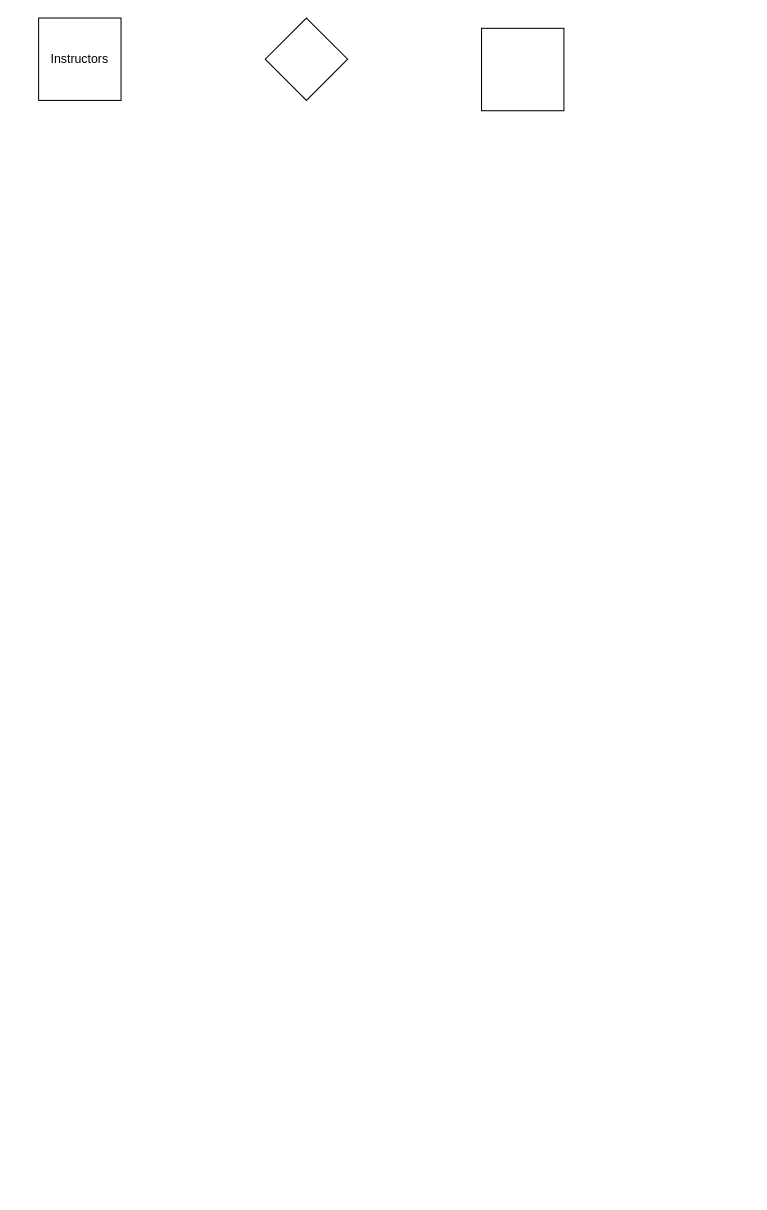
Before: ER.drawio in charisvt/edulink, a draw.io diagram. Source tidied: cells renumbered, new cells numbered last; positions are measured from the earlier drawing's top-left corner, leaving out a move shared by most shapes. Both pictures are drawn from the tidied source at 103%, with x=0, y=0 at pixel (38, 18).
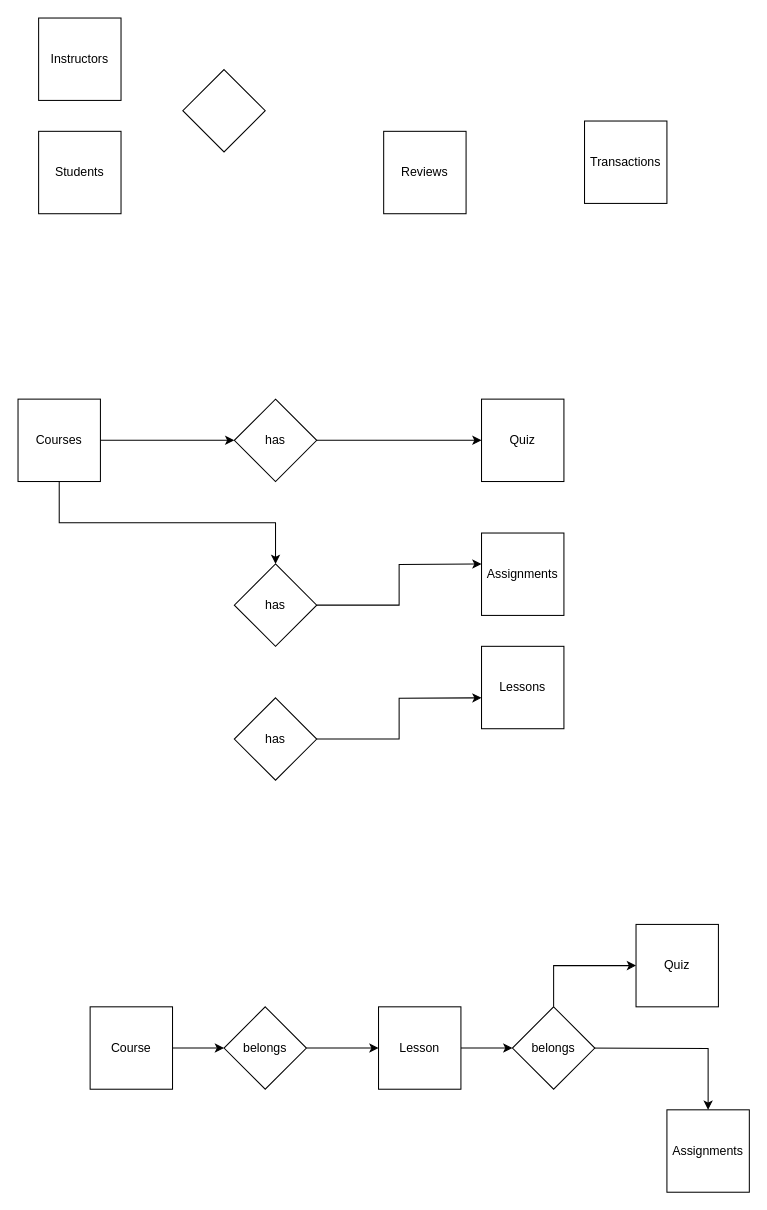
Above is the later version.

Diff of the diagram source:
```diff
@@
+    <mxCell id="5" style="edgeStyle=orthogonalEdgeStyle;rounded=0;jettySize=auto;html=1;" parent="1" edge="1" source="3">
+      <mxGeometry relative="1" as="geometry">
+        <mxPoint x="430" y="410" as="targetPoint" />
+      </mxGeometry>
+    </mxCell>
-    <mxCell id="3" style="rhombus;whiteSpace=wrap;html=1;" parent="1" vertex="1">
-      <mxGeometry x="220" width="80" height="80" as="geometry" />
+    <mxCell id="3" value="has" style="rhombus;whiteSpace=wrap;html=1;" parent="1" vertex="1">
+      <mxGeometry x="190" y="370" width="80" height="80" as="geometry" />
     </mxCell>
-    <mxCell id="4" style="whiteSpace=wrap;html=1;" parent="1" vertex="1">
-      <mxGeometry x="430" y="10" width="80" height="80" as="geometry" />
+    <mxCell id="4" value="Students&lt;br&gt;" style="whiteSpace=wrap;html=1;" parent="1" vertex="1">
+      <mxGeometry y="110" width="80" height="80" as="geometry" />
     </mxCell>
+    <mxCell id="6" value="Reviews" style="whiteSpace=wrap;html=1;" parent="1" vertex="1">
+      <mxGeometry x="335" y="110" width="80" height="80" as="geometry" />
+    </mxCell>
+    <mxCell id="7" value="Quiz" style="whiteSpace=wrap;html=1;" parent="1" vertex="1">
+      <mxGeometry x="430" y="370" width="80" height="80" as="geometry" />
+    </mxCell>
+    <mxCell id="8" value="Transactions" style="whiteSpace=wrap;html=1;" parent="1" vertex="1">
+      <mxGeometry x="530" y="100" width="80" height="80" as="geometry" />
+    </mxCell>
+    <mxCell id="9" value="Assignments" style="whiteSpace=wrap;html=1;" parent="1" vertex="1">
+      <mxGeometry x="430" y="500" width="80" height="80" as="geometry" />
+    </mxCell>
+    <mxCell id="10" value="Lessons" style="whiteSpace=wrap;html=1;" parent="1" vertex="1">
+      <mxGeometry x="430" y="610" width="80" height="80" as="geometry" />
+    </mxCell>
+    <mxCell id="11" style="edgeStyle=orthogonalEdgeStyle;rounded=0;jettySize=auto;html=1;" parent="1" edge="1" source="12" target="3">
+      <mxGeometry relative="1" as="geometry" />
+    </mxCell>
+    <mxCell id="12" value="Courses" style="whiteSpace=wrap;html=1;" parent="1" vertex="1">
+      <mxGeometry x="-20" y="370" width="80" height="80" as="geometry" />
+    </mxCell>
+    <mxCell id="13" style="rhombus;whiteSpace=wrap;html=1;" parent="1" vertex="1">
+      <mxGeometry x="140" y="50" width="80" height="80" as="geometry" />
+    </mxCell>
+    <mxCell id="14" style="edgeStyle=orthogonalEdgeStyle;rounded=0;jettySize=auto;html=1;" parent="1" edge="1" source="15">
+      <mxGeometry relative="1" as="geometry">
+        <mxPoint x="430" y="530" as="targetPoint" />
+      </mxGeometry>
+    </mxCell>
+    <mxCell id="15" value="has" style="rhombus;whiteSpace=wrap;html=1;" parent="1" vertex="1">
+      <mxGeometry x="190" y="530" width="80" height="80" as="geometry" />
+    </mxCell>
+    <mxCell id="16" style="edgeStyle=orthogonalEdgeStyle;rounded=0;jettySize=auto;html=1;exitX=0.5;exitY=1;exitDx=0;exitDy=0;" parent="1" edge="1" source="12" target="15">
+      <mxGeometry relative="1" as="geometry" />
+    </mxCell>
+    <mxCell id="17" style="edgeStyle=orthogonalEdgeStyle;rounded=0;jettySize=auto;html=1;" parent="1" edge="1" source="18">
+      <mxGeometry relative="1" as="geometry">
+        <mxPoint x="430" y="660" as="targetPoint" />
+      </mxGeometry>
+    </mxCell>
+    <mxCell id="18" value="has" style="rhombus;whiteSpace=wrap;html=1;" parent="1" vertex="1">
+      <mxGeometry x="190" y="660" width="80" height="80" as="geometry" />
+    </mxCell>
+    <mxCell id="19" value="belongs" style="rhombus;whiteSpace=wrap;html=1;" parent="1" vertex="1">
+      <mxGeometry x="180" y="960" width="80" height="80" as="geometry" />
+    </mxCell>
+    <mxCell id="20" value="Quiz" style="whiteSpace=wrap;html=1;" parent="1" vertex="1">
+      <mxGeometry x="580" y="880" width="80" height="80" as="geometry" />
+    </mxCell>
+    <mxCell id="21" value="Assignments" style="whiteSpace=wrap;html=1;" parent="1" vertex="1">
+      <mxGeometry x="610" y="1060" width="80" height="80" as="geometry" />
+    </mxCell>
+    <mxCell id="22" style="edgeStyle=orthogonalEdgeStyle;rounded=0;jettySize=auto;html=1;" parent="1" edge="1" source="23" target="19">
+      <mxGeometry relative="1" as="geometry" />
+    </mxCell>
+    <mxCell id="23" value="Course" style="whiteSpace=wrap;html=1;" parent="1" vertex="1">
+      <mxGeometry x="50" y="960" width="80" height="80" as="geometry" />
+    </mxCell>
+    <mxCell id="24" style="edgeStyle=orthogonalEdgeStyle;rounded=0;jettySize=auto;html=1;" parent="1" edge="1" source="19" target="26">
+      <mxGeometry relative="1" as="geometry" />
+    </mxCell>
+    <mxCell id="25" style="edgeStyle=orthogonalEdgeStyle;rounded=0;jettySize=auto;html=1;entryX=1;entryY=0.5;entryDx=0;entryDy=0;" parent="1" edge="1" source="26">
+      <mxGeometry relative="1" as="geometry">
+        <mxPoint x="460" y="1000" as="targetPoint" />
+      </mxGeometry>
+    </mxCell>
+    <mxCell id="26" value="Lesson" style="whiteSpace=wrap;html=1;" parent="1" vertex="1">
+      <mxGeometry x="330" y="960" width="80" height="80" as="geometry" />
+    </mxCell>
+    <mxCell id="27" style="edgeStyle=orthogonalEdgeStyle;rounded=0;jettySize=auto;html=1;exitX=0;exitY=0.5;exitDx=0;exitDy=0;entryX=0.5;entryY=0;entryDx=0;entryDy=0;" parent="1" edge="1" target="21">
+      <mxGeometry relative="1" as="geometry">
+        <mxPoint x="520" y="1000" as="sourcePoint" />
+      </mxGeometry>
+    </mxCell>
+    <mxCell id="28" style="edgeStyle=orthogonalEdgeStyle;rounded=0;jettySize=auto;html=1;exitX=0.5;exitY=0;exitDx=0;exitDy=0;" parent="1" edge="1" source="29" target="20">
+      <mxGeometry relative="1" as="geometry" />
+    </mxCell>
+    <mxCell id="29" value="belongs" style="rhombus;whiteSpace=wrap;html=1;" parent="1" vertex="1">
+      <mxGeometry x="460" y="960" width="80" height="80" as="geometry" />
+    </mxCell>
```
